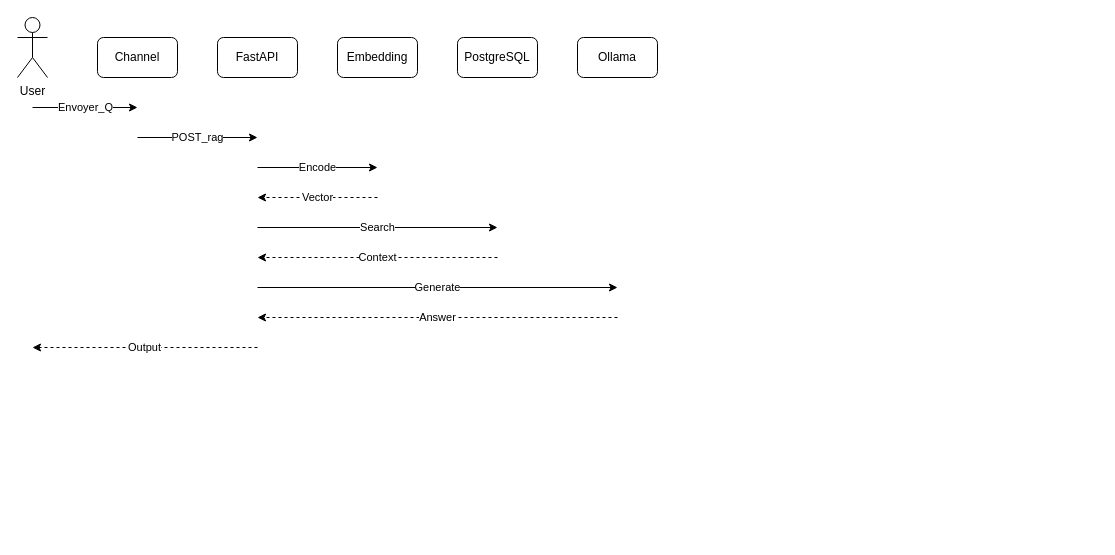
This is ai-service/docs/03-rag-sequence.drawio from rooneyi/rdc-news-intelligence, a draw.io file, before an edit. Source tidied: cells renumbered, new cells numbered last; positions are measured from the earlier drawing's top-left corner, leaving out a move shared by most shapes. Both pictures are drawn from the tidied source at 100%, with x=0, y=0 at pixel (17, 17).
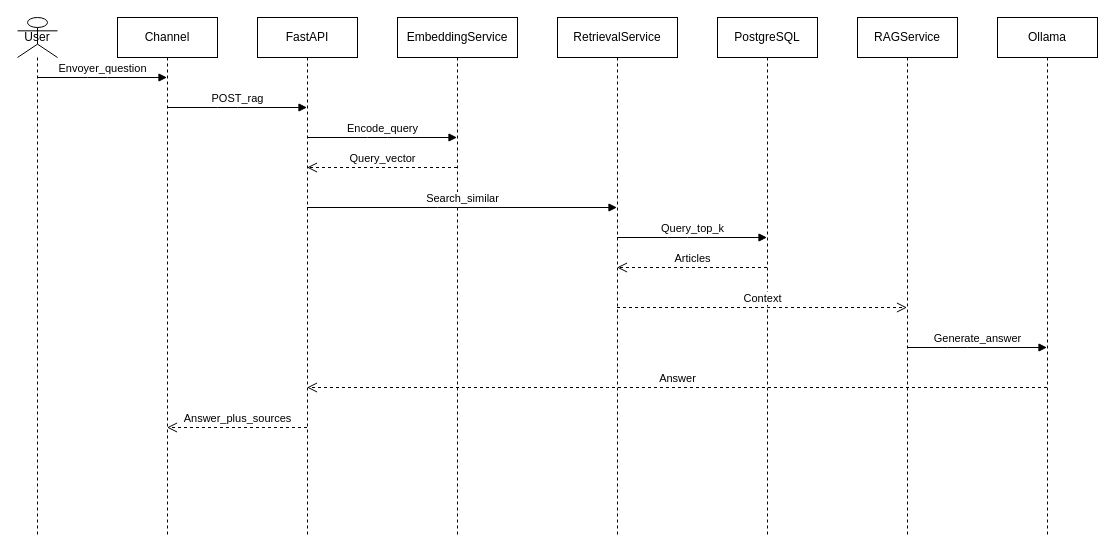
Above is the later version.

What changed in the source:
```diff
@@
-    <mxCell id="2" value="User" style="shape=umlActor;verticalLabelPosition=bottom;verticalAlign=top;html=1;fillColor=#ffffff;strokeColor=#000000;fontColor=#000000;" parent="1" vertex="1">
-      <mxGeometry width="30" height="60" as="geometry" />
+    <mxCell id="2" value="User" style="shape=umlLifeline;perimeter=lifelinePerimeter;whiteSpace=wrap;html=1;outlineConnect=0;participant=umlActor;fillColor=#ffffff;strokeColor=#000000;fontColor=#000000;" parent="1" vertex="1">
+      <mxGeometry width="40" height="520" as="geometry" />
     </mxCell>
-    <mxCell id="3" value="Channel" style="rounded=1;whiteSpace=wrap;html=1;fillColor=#ffffff;strokeColor=#000000;fontColor=#000000;" parent="1" vertex="1">
-      <mxGeometry x="80" y="20" width="80" height="40" as="geometry" />
+    <mxCell id="3" value="Channel" style="shape=umlLifeline;perimeter=lifelinePerimeter;whiteSpace=wrap;html=1;outlineConnect=0;fillColor=#ffffff;strokeColor=#000000;fontColor=#000000;" parent="1" vertex="1">
+      <mxGeometry x="100" width="100" height="520" as="geometry" />
     </mxCell>
-    <mxCell id="4" value="FastAPI" style="rounded=1;whiteSpace=wrap;html=1;fillColor=#ffffff;strokeColor=#000000;fontColor=#000000;" parent="1" vertex="1">
-      <mxGeometry x="200" y="20" width="80" height="40" as="geometry" />
+    <mxCell id="4" value="FastAPI" style="shape=umlLifeline;perimeter=lifelinePerimeter;whiteSpace=wrap;html=1;outlineConnect=0;fillColor=#ffffff;strokeColor=#000000;fontColor=#000000;" parent="1" vertex="1">
+      <mxGeometry x="240" width="100" height="520" as="geometry" />
     </mxCell>
-    <mxCell id="5" value="Embedding" style="rounded=1;whiteSpace=wrap;html=1;fillColor=#ffffff;strokeColor=#000000;fontColor=#000000;" parent="1" vertex="1">
-      <mxGeometry x="320" y="20" width="80" height="40" as="geometry" />
+    <mxCell id="5" value="EmbeddingService" style="shape=umlLifeline;perimeter=lifelinePerimeter;whiteSpace=wrap;html=1;outlineConnect=0;fillColor=#ffffff;strokeColor=#000000;fontColor=#000000;" parent="1" vertex="1">
+      <mxGeometry x="380" width="120" height="520" as="geometry" />
     </mxCell>
+    <mxCell id="17" value="RetrievalService" style="shape=umlLifeline;perimeter=lifelinePerimeter;whiteSpace=wrap;html=1;outlineConnect=0;fillColor=#ffffff;strokeColor=#000000;fontColor=#000000;" parent="1" vertex="1">
+      <mxGeometry x="540" width="120" height="520" as="geometry" />
+    </mxCell>
-    <mxCell id="6" value="PostgreSQL" style="rounded=1;whiteSpace=wrap;html=1;fillColor=#ffffff;strokeColor=#000000;fontColor=#000000;" parent="1" vertex="1">
-      <mxGeometry x="440" y="20" width="80" height="40" as="geometry" />
+    <mxCell id="6" value="PostgreSQL" style="shape=umlLifeline;perimeter=lifelinePerimeter;whiteSpace=wrap;html=1;outlineConnect=0;fillColor=#ffffff;strokeColor=#000000;fontColor=#000000;" parent="1" vertex="1">
+      <mxGeometry x="700" width="100" height="520" as="geometry" />
     </mxCell>
+    <mxCell id="18" value="RAGService" style="shape=umlLifeline;perimeter=lifelinePerimeter;whiteSpace=wrap;html=1;outlineConnect=0;fillColor=#ffffff;strokeColor=#000000;fontColor=#000000;" parent="1" vertex="1">
+      <mxGeometry x="840" width="100" height="520" as="geometry" />
+    </mxCell>
-    <mxCell id="7" value="Ollama" style="rounded=1;whiteSpace=wrap;html=1;fillColor=#ffffff;strokeColor=#000000;fontColor=#000000;" parent="1" vertex="1">
-      <mxGeometry x="560" y="20" width="80" height="40" as="geometry" />
+    <mxCell id="7" value="Ollama" style="shape=umlLifeline;perimeter=lifelinePerimeter;whiteSpace=wrap;html=1;outlineConnect=0;fillColor=#ffffff;strokeColor=#000000;fontColor=#000000;" parent="1" vertex="1">
+      <mxGeometry x="980" width="100" height="520" as="geometry" />
     </mxCell>
-    <mxCell id="8" value="Envoyer_Q" style="endArrow=classic;html=1;strokeColor=#000000;fontColor=#000000;" parent="1" edge="1">
-      <mxGeometry relative="1" as="geometry">
-        <mxPoint x="15" y="90" as="sourcePoint" />
-        <mxPoint x="120" y="90" as="targetPoint" />
-      </mxGeometry>
-    </mxCell>
+    <mxCell id="19" value="Envoyer_question" style="html=1;verticalAlign=bottom;endArrow=block;strokeColor=#000000;fontColor=#000000;labelBackgroundColor=#ffffff;" parent="1" edge="1" source="2" target="3">
+      <mxGeometry relative="1" as="geometry">
+        <Array as="points">
+          <mxPoint x="80" y="60" />
+        </Array>
+      </mxGeometry>
+    </mxCell>
-    <mxCell id="9" value="POST_rag" style="endArrow=classic;html=1;strokeColor=#000000;fontColor=#000000;" parent="1" edge="1">
+    <mxCell id="9" value="POST_rag" style="html=1;verticalAlign=bottom;endArrow=block;strokeColor=#000000;fontColor=#000000;labelBackgroundColor=#ffffff;" parent="1" edge="1" source="3" target="4">
       <mxGeometry relative="1" as="geometry">
-        <mxPoint x="120" y="120" as="sourcePoint" />
-        <mxPoint x="240" y="120" as="targetPoint" />
+        <Array as="points">
+          <mxPoint x="210" y="90" />
+        </Array>
       </mxGeometry>
     </mxCell>
-    <mxCell id="10" value="Encode" style="endArrow=classic;html=1;strokeColor=#000000;fontColor=#000000;" parent="1" edge="1">
-      <mxGeometry relative="1" as="geometry">
-        <mxPoint x="240" y="150" as="sourcePoint" />
-        <mxPoint x="360" y="150" as="targetPoint" />
-      </mxGeometry>
-    </mxCell>
-    <mxCell id="11" value="Vector" style="endArrow=classic;html=1;dashed=1;strokeColor=#000000;fontColor=#000000;" parent="1" edge="1">
-      <mxGeometry relative="1" as="geometry">
-        <mxPoint x="360" y="180" as="sourcePoint" />
-        <mxPoint x="240" y="180" as="targetPoint" />
-      </mxGeometry>
-    </mxCell>
-    <mxCell id="12" value="Search" style="endArrow=classic;html=1;strokeColor=#000000;fontColor=#000000;" parent="1" edge="1">
-      <mxGeometry relative="1" as="geometry">
-        <mxPoint x="240" y="210" as="sourcePoint" />
-        <mxPoint x="480" y="210" as="targetPoint" />
-      </mxGeometry>
-    </mxCell>
+    <mxCell id="20" value="Encode_query" style="html=1;verticalAlign=bottom;endArrow=block;strokeColor=#000000;fontColor=#000000;labelBackgroundColor=#ffffff;" parent="1" edge="1" source="4" target="5">
+      <mxGeometry relative="1" as="geometry">
+        <Array as="points">
+          <mxPoint x="360" y="120" />
+        </Array>
+      </mxGeometry>
+    </mxCell>
+    <mxCell id="21" value="Query_vector" style="html=1;verticalAlign=bottom;endArrow=open;dashed=1;endSize=8;strokeColor=#000000;fontColor=#000000;labelBackgroundColor=#ffffff;" parent="1" edge="1" source="5" target="4">
+      <mxGeometry relative="1" as="geometry">
+        <Array as="points">
+          <mxPoint x="360" y="150" />
+        </Array>
+      </mxGeometry>
+    </mxCell>
+    <mxCell id="22" value="Search_similar" style="html=1;verticalAlign=bottom;endArrow=block;strokeColor=#000000;fontColor=#000000;labelBackgroundColor=#ffffff;" parent="1" edge="1" source="4" target="17">
+      <mxGeometry relative="1" as="geometry">
+        <Array as="points">
+          <mxPoint x="430" y="190" />
+        </Array>
+      </mxGeometry>
+    </mxCell>
+    <mxCell id="23" value="Query_top_k" style="html=1;verticalAlign=bottom;endArrow=block;strokeColor=#000000;fontColor=#000000;labelBackgroundColor=#ffffff;" parent="1" edge="1" source="17" target="6">
+      <mxGeometry relative="1" as="geometry">
+        <Array as="points">
+          <mxPoint x="660" y="220" />
+        </Array>
+      </mxGeometry>
+    </mxCell>
+    <mxCell id="24" value="Articles" style="html=1;verticalAlign=bottom;endArrow=open;dashed=1;endSize=8;strokeColor=#000000;fontColor=#000000;labelBackgroundColor=#ffffff;" parent="1" edge="1" source="6" target="17">
+      <mxGeometry relative="1" as="geometry">
+        <Array as="points">
+          <mxPoint x="660" y="250" />
+        </Array>
+      </mxGeometry>
+    </mxCell>
-    <mxCell id="13" value="Context" style="endArrow=classic;html=1;dashed=1;strokeColor=#000000;fontColor=#000000;" parent="1" edge="1">
+    <mxCell id="13" value="Context" style="html=1;verticalAlign=bottom;endArrow=open;dashed=1;endSize=8;strokeColor=#000000;fontColor=#000000;labelBackgroundColor=#ffffff;" parent="1" edge="1" source="17" target="18">
       <mxGeometry relative="1" as="geometry">
-        <mxPoint x="480" y="240" as="sourcePoint" />
-        <mxPoint x="240" y="240" as="targetPoint" />
+        <Array as="points">
+          <mxPoint x="760" y="290" />
+        </Array>
       </mxGeometry>
     </mxCell>
-    <mxCell id="14" value="Generate" style="endArrow=classic;html=1;strokeColor=#000000;fontColor=#000000;" parent="1" edge="1">
-      <mxGeometry relative="1" as="geometry">
-        <mxPoint x="240" y="270" as="sourcePoint" />
-        <mxPoint x="600" y="270" as="targetPoint" />
-      </mxGeometry>
-    </mxCell>
+    <mxCell id="25" value="Generate_answer" style="html=1;verticalAlign=bottom;endArrow=block;strokeColor=#000000;fontColor=#000000;labelBackgroundColor=#ffffff;" parent="1" edge="1" source="18" target="7">
+      <mxGeometry relative="1" as="geometry">
+        <Array as="points">
+          <mxPoint x="940" y="330" />
+        </Array>
+      </mxGeometry>
+    </mxCell>
-    <mxCell id="15" value="Answer" style="endArrow=classic;html=1;dashed=1;strokeColor=#000000;fontColor=#000000;" parent="1" edge="1">
+    <mxCell id="15" value="Answer" style="html=1;verticalAlign=bottom;endArrow=open;dashed=1;endSize=8;strokeColor=#000000;fontColor=#000000;labelBackgroundColor=#ffffff;" parent="1" edge="1" source="7" target="4">
       <mxGeometry relative="1" as="geometry">
-        <mxPoint x="600" y="300" as="sourcePoint" />
-        <mxPoint x="240" y="300" as="targetPoint" />
+        <Array as="points">
+          <mxPoint x="580" y="370" />
+        </Array>
       </mxGeometry>
     </mxCell>
-    <mxCell id="16" value="Output" style="endArrow=classic;html=1;dashed=1;strokeColor=#000000;fontColor=#000000;" parent="1" edge="1">
-      <mxGeometry relative="1" as="geometry">
-        <mxPoint x="240" y="330" as="sourcePoint" />
-        <mxPoint x="15" y="330" as="targetPoint" />
-      </mxGeometry>
-    </mxCell>
+    <mxCell id="26" value="Answer_plus_sources" style="html=1;verticalAlign=bottom;endArrow=open;dashed=1;endSize=8;strokeColor=#000000;fontColor=#000000;labelBackgroundColor=#ffffff;" parent="1" edge="1" source="4" target="3">
+      <mxGeometry relative="1" as="geometry">
+        <Array as="points">
+          <mxPoint x="180" y="410" />
+        </Array>
+      </mxGeometry>
+    </mxCell>
```
